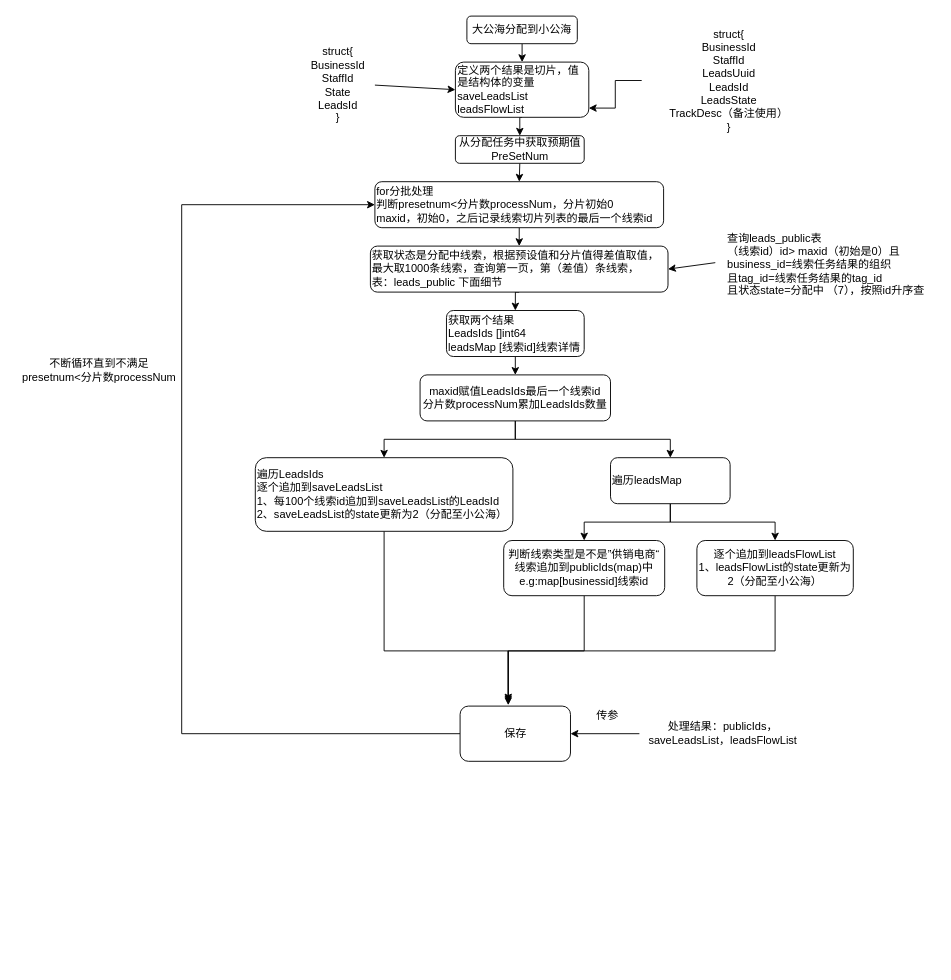
jilinhao/test keeps this draw.io diagram as 大公海到小公海.drawio. Above is the earlier version. Source tidied: cells renumbered, new cells numbered last; positions are measured from the earlier drawing's top-left corner, leaving out a move shared by most shapes. Both pictures are drawn from the tidied source at 92%, with x=0, y=0 at pixel (16, 16).
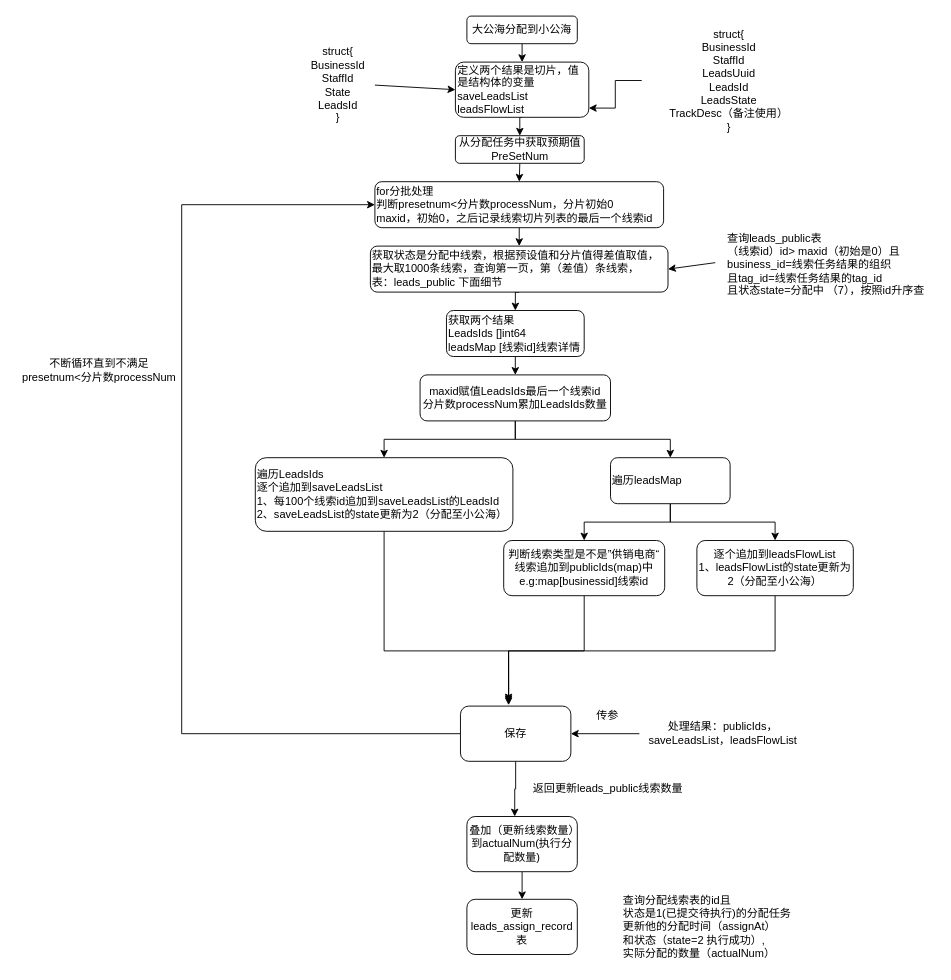
After the change.

Commit message:
Update 大公海到小公海.drawio

Change to the diagram source:
```diff
@@
+    <mxCell id="38" style="edgeStyle=orthogonalEdgeStyle;rounded=0;jettySize=auto;html=1;exitX=0.5;exitY=1;exitDx=0;exitDy=0;entryX=0.433;entryY=0;entryDx=0;entryDy=0;entryPerimeter=0;" parent="1" edge="1" source="29" target="40">
+      <mxGeometry relative="1" as="geometry" />
+    </mxCell>
     <mxCell id="29" value="保存" style="rounded=1;whiteSpace=wrap;html=1;" parent="1" vertex="1">
-      <mxGeometry x="482.6" y="750" width="120" height="60" as="geometry" />
+      <mxGeometry x="483" y="750" width="120" height="60" as="geometry" />
     </mxCell>
@@
+    <mxCell id="39" style="edgeStyle=orthogonalEdgeStyle;rounded=0;jettySize=auto;html=1;exitX=0.5;exitY=1;exitDx=0;exitDy=0;entryX=0.5;entryY=0;entryDx=0;entryDy=0;" parent="1" edge="1" source="40" target="42">
+      <mxGeometry relative="1" as="geometry" />
+    </mxCell>
+    <mxCell id="40" value="叠加（更新线索数量）到actualNum(执行分配数量)" style="rounded=1;whiteSpace=wrap;html=1;" parent="1" vertex="1">
+      <mxGeometry x="490" y="870" width="120" height="60" as="geometry" />
+    </mxCell>
+    <mxCell id="41" value="返回更新leads_public线索数量" style="text;html=1;align=center;verticalAlign=middle;" parent="1" vertex="1">
+      <mxGeometry x="552.5" y="830" width="180" height="20" as="geometry" />
+    </mxCell>
+    <mxCell id="42" value="更新leads_assign_record&lt;br&gt;表" style="rounded=1;whiteSpace=wrap;html=1;" parent="1" vertex="1">
+      <mxGeometry x="490" y="960" width="120" height="60" as="geometry" />
+    </mxCell>
+    <mxCell id="43" value="查询分配线索表的id且&lt;br&gt;状态是1(已提交待执行)的分配任务&lt;br&gt;更新他的分配时间（assignAt）&lt;br&gt;和状态（state=2 执行成功）,&lt;br&gt;实际分配的数量（&lt;span&gt;actualNum）&lt;/span&gt;" style="text;html=1;align=left;verticalAlign=middle;" parent="1" vertex="1">
+      <mxGeometry x="657.5" y="950" width="200" height="80" as="geometry" />
+    </mxCell>
```
